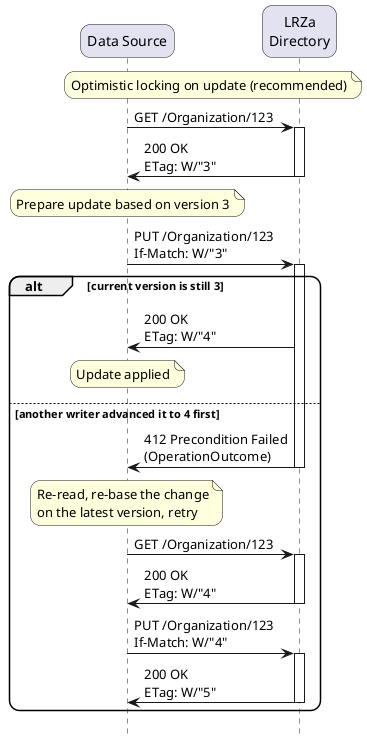
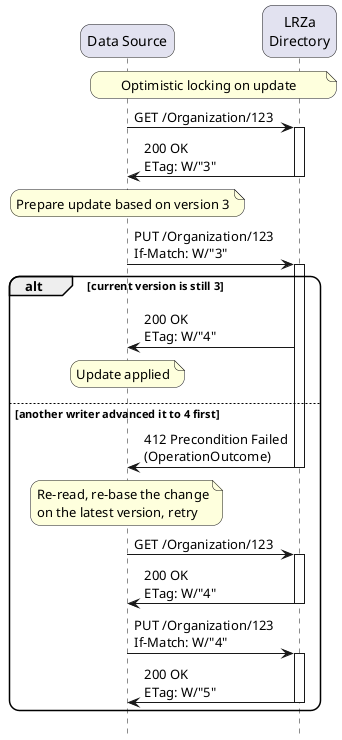
@startuml care-services-optimistic-locking

skinparam roundcorner 20
skinparam defaultFontName Arial
hide footbox

!pragma teoz true

participant DS as "Data Source"
participant LRZa as "LRZa\nDirectory"

- note over DS,LRZa: Optimistic locking on update (recommended)
+ note over DS,LRZa: Optimistic locking on update

DS -> LRZa: GET /Organization/123
activate LRZa
LRZa -> DS: 200 OK\nETag: W/"3"
deactivate LRZa

note over DS: Prepare update based on version 3

DS -> LRZa: PUT /Organization/123\nIf-Match: W/"3"
activate LRZa
alt current version is still 3
  LRZa -> DS: 200 OK\nETag: W/"4"
  note over DS: Update applied
else another writer advanced it to 4 first
  LRZa -> DS: 412 Precondition Failed\n(OperationOutcome)
  deactivate LRZa
  note over DS: Re-read, re-base the change\non the latest version, retry
  DS -> LRZa: GET /Organization/123
  activate LRZa
  LRZa -> DS: 200 OK\nETag: W/"4"
  deactivate LRZa
  DS -> LRZa: PUT /Organization/123\nIf-Match: W/"4"
  activate LRZa
  LRZa -> DS: 200 OK\nETag: W/"5"
  deactivate LRZa
end

@enduml
